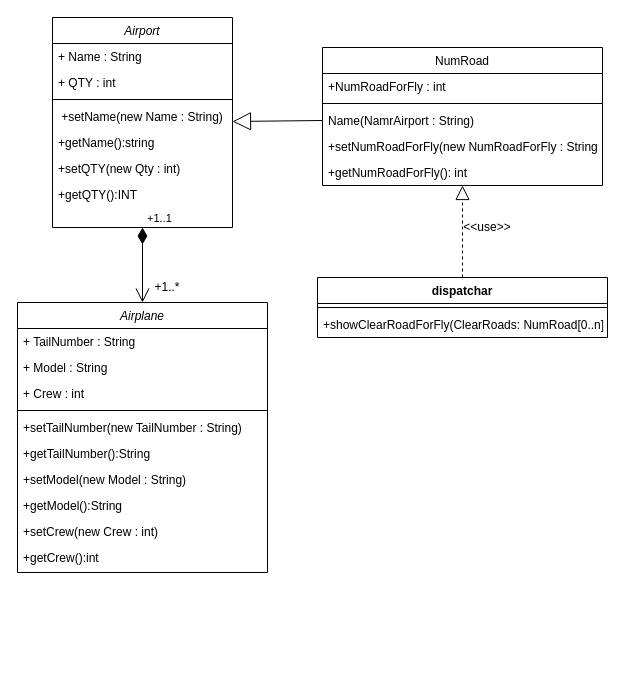
Above: Lesson_2/Task_3/airplane.drawio in VovaPast/JavaCourses (draw.io), before the change. Source tidied: cells renumbered, new cells numbered last; positions are measured from the earlier drawing's top-left corner, leaving out a move shared by most shapes. Both pictures are drawn from the tidied source at 100%, with x=0, y=0 at pixel (17, 17).
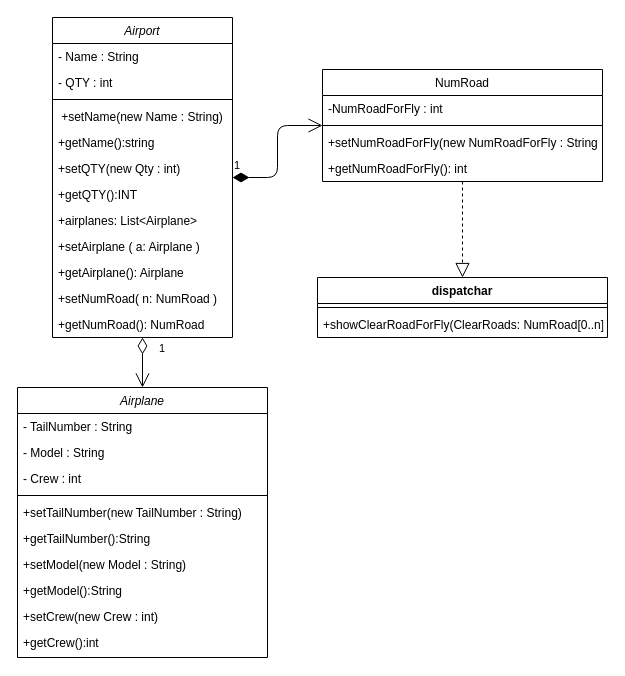
The same page after the edit.

The change refers to these unchanged cells:
```xml
<mxCell id="28" value="dispatchar" style="swimlane;fontStyle=1;align=center;verticalAlign=top;horizontal=1;startSize=26;" parent="1" vertex="1">
  <mxGeometry x="300" y="260" width="290" height="60" as="geometry" />
</mxCell>
```

Change to the diagram source:
```diff
@@
     <mxCell id="2" value="Airplane" style="swimlane;fontStyle=2;align=center;verticalAlign=top;horizontal=1;startSize=26;rounded=0;shadow=0;strokeWidth=1;fontSize=12;" parent="1" vertex="1">
-      <mxGeometry y="285" width="250" height="270" as="geometry" />
+      <mxGeometry y="370" width="250" height="270" as="geometry" />
     </mxCell>
-    <mxCell id="3" value="+ TailNumber : String" style="text;align=left;verticalAlign=top;spacingLeft=4;spacingRight=4;overflow=hidden;fontSize=12;" parent="2" vertex="1">
+    <mxCell id="3" value="- TailNumber : String" style="text;align=left;verticalAlign=top;spacingLeft=4;spacingRight=4;overflow=hidden;fontSize=12;" parent="2" vertex="1">
       <mxGeometry y="26" width="250" height="26" as="geometry" />
     </mxCell>
-    <mxCell id="4" value="+ Model : String" style="text;align=left;verticalAlign=top;spacingLeft=4;spacingRight=4;overflow=hidden;rounded=0;shadow=0;html=0;fontSize=12;" parent="2" vertex="1">
+    <mxCell id="4" value="- Model : String" style="text;align=left;verticalAlign=top;spacingLeft=4;spacingRight=4;overflow=hidden;rounded=0;shadow=0;html=0;fontSize=12;" parent="2" vertex="1">
       <mxGeometry y="52" width="250" height="26" as="geometry" />
     </mxCell>
-    <mxCell id="5" value="+ Crew : int" style="text;align=left;verticalAlign=top;spacingLeft=4;spacingRight=4;overflow=hidden;rounded=0;shadow=0;html=0;fontSize=12;" parent="2" vertex="1">
+    <mxCell id="5" value="- Crew : int" style="text;align=left;verticalAlign=top;spacingLeft=4;spacingRight=4;overflow=hidden;rounded=0;shadow=0;html=0;fontSize=12;" parent="2" vertex="1">
       <mxGeometry y="78" width="250" height="26" as="geometry" />
     </mxCell>
@@
     <mxCell id="13" value="Airport" style="swimlane;fontStyle=2;align=center;verticalAlign=top;horizontal=1;startSize=26;rounded=0;shadow=0;strokeWidth=1;fontSize=12;" parent="1" vertex="1">
-      <mxGeometry x="35" width="180" height="210" as="geometry" />
+      <mxGeometry x="35" width="180" height="320" as="geometry" />
     </mxCell>
-    <mxCell id="14" value="+ Name : String" style="text;align=left;verticalAlign=top;spacingLeft=4;spacingRight=4;overflow=hidden;fontSize=12;" parent="13" vertex="1">
+    <mxCell id="14" value="- Name : String" style="text;align=left;verticalAlign=top;spacingLeft=4;spacingRight=4;overflow=hidden;fontSize=12;" parent="13" vertex="1">
       <mxGeometry y="26" width="180" height="26" as="geometry" />
     </mxCell>
-    <mxCell id="15" value="+ QTY : int" style="text;align=left;verticalAlign=top;spacingLeft=4;spacingRight=4;overflow=hidden;rounded=0;shadow=0;html=0;fontSize=12;" parent="13" vertex="1">
+    <mxCell id="15" value="- QTY : int" style="text;align=left;verticalAlign=top;spacingLeft=4;spacingRight=4;overflow=hidden;rounded=0;shadow=0;html=0;fontSize=12;" parent="13" vertex="1">
       <mxGeometry y="52" width="180" height="26" as="geometry" />
     </mxCell>
@@
+    <mxCell id="35" value="+airplanes: List&lt;Airplane&gt;" style="text;align=left;verticalAlign=top;spacingLeft=4;spacingRight=4;overflow=hidden;fontSize=12;" parent="13" vertex="1">
+      <mxGeometry y="190" width="180" height="26" as="geometry" />
+    </mxCell>
+    <mxCell id="36" value="+setAirplane ( a: Airplane )" style="text;align=left;verticalAlign=top;spacingLeft=4;spacingRight=4;overflow=hidden;fontSize=12;" parent="13" vertex="1">
+      <mxGeometry y="216" width="180" height="26" as="geometry" />
+    </mxCell>
+    <mxCell id="37" value="+getAirplane(): Airplane " style="text;align=left;verticalAlign=top;spacingLeft=4;spacingRight=4;overflow=hidden;fontSize=12;" parent="13" vertex="1">
+      <mxGeometry y="242" width="180" height="26" as="geometry" />
+    </mxCell>
+    <mxCell id="38" value="+setNumRoad( n: NumRoad )" style="text;align=left;verticalAlign=top;spacingLeft=4;spacingRight=4;overflow=hidden;fontSize=12;" parent="13" vertex="1">
+      <mxGeometry y="268" width="180" height="26" as="geometry" />
+    </mxCell>
+    <mxCell id="39" value="+getNumRoad(): NumRoad" style="text;align=left;verticalAlign=top;spacingLeft=4;spacingRight=4;overflow=hidden;fontSize=12;" parent="13" vertex="1">
+      <mxGeometry y="294" width="180" height="26" as="geometry" />
+    </mxCell>
     <mxCell id="21" value="NumRoad" style="swimlane;fontStyle=0;align=center;verticalAlign=top;horizontal=1;startSize=26;rounded=0;shadow=0;strokeWidth=1;fontSize=12;" parent="1" vertex="1">
-      <mxGeometry x="305" y="30" width="280" height="138" as="geometry" />
+      <mxGeometry x="305" y="52" width="280" height="112" as="geometry" />
     </mxCell>
-    <mxCell id="22" value="+NumRoadForFly : int" style="text;align=left;verticalAlign=top;spacingLeft=4;spacingRight=4;overflow=hidden;fontSize=12;" parent="21" vertex="1">
+    <mxCell id="22" value="-NumRoadForFly : int" style="text;align=left;verticalAlign=top;spacingLeft=4;spacingRight=4;overflow=hidden;fontSize=12;" parent="21" vertex="1">
       <mxGeometry y="26" width="280" height="26" as="geometry" />
     </mxCell>
@@
-    <mxCell id="24" value="Name(NamrAirport : String)" style="text;align=left;verticalAlign=top;spacingLeft=4;spacingRight=4;overflow=hidden;points=[[0,0.5],[1,0.5]];portConstraint=eastwest;fontStyle=0;fontSize=12;" parent="21" vertex="1">
-      <mxGeometry y="60" width="280" height="26" as="geometry" />
-    </mxCell>
     <mxCell id="25" value="+setNumRoadForFly(new NumRoadForFly : String" style="text;align=left;verticalAlign=top;spacingLeft=4;spacingRight=4;overflow=hidden;fontSize=12;" parent="21" vertex="1">
-      <mxGeometry y="86" width="280" height="26" as="geometry" />
+      <mxGeometry y="60" width="280" height="26" as="geometry" />
     </mxCell>
     <mxCell id="26" value="+getNumRoadForFly(): int" style="text;align=left;verticalAlign=top;spacingLeft=4;spacingRight=4;overflow=hidden;fontSize=12;" parent="21" vertex="1">
-      <mxGeometry y="112" width="280" height="26" as="geometry" />
+      <mxGeometry y="86" width="280" height="26" as="geometry" />
     </mxCell>
-    <mxCell id="27" style="endArrow=block;endSize=16;endFill=0;html=1;exitX=0;exitY=0.5;exitDx=0;exitDy=0;fontSize=12;" parent="1" edge="1" source="24" target="13">
-      <mxGeometry relative="1" as="geometry" />
-    </mxCell>
@@
-    <mxCell id="31" style="endArrow=block;dashed=1;endFill=0;endSize=12;html=1;" parent="1" edge="1" source="28" target="21">
+    <mxCell id="31" style="endArrow=block;dashed=1;endFill=0;endSize=12;html=1;entryX=0.5;entryY=0;entryDx=0;entryDy=0;" parent="1" edge="1" source="21" target="28">
       <mxGeometry relative="1" as="geometry" />
     </mxCell>
-    <mxCell id="32" value="+1..1" style="endArrow=open;html=1;endSize=12;startArrow=diamondThin;startSize=14;startFill=1;edgeStyle=orthogonalEdgeStyle;align=left;verticalAlign=bottom;" parent="1" edge="1" source="13" target="2">
+    <mxCell id="32" value="1" style="endArrow=open;html=1;endSize=12;startArrow=diamondThin;startSize=14;startFill=1;edgeStyle=orthogonalEdgeStyle;align=left;verticalAlign=bottom;" parent="1" edge="1" source="13" target="21">
       <mxGeometry x="-1" y="3" relative="1" as="geometry" />
     </mxCell>
-    <mxCell id="33" value="+1..*" style="text;html=1;strokeColor=none;fillColor=none;align=center;verticalAlign=middle;whiteSpace=wrap;rounded=0;" parent="1" vertex="1">
-      <mxGeometry x="130" y="260" width="40" height="20" as="geometry" />
-    </mxCell>
-    <mxCell id="34" value="&amp;lt;&amp;lt;use&amp;gt;&amp;gt;" style="text;html=1;strokeColor=none;fillColor=none;align=center;verticalAlign=middle;whiteSpace=wrap;rounded=0;" parent="1" vertex="1">
-      <mxGeometry x="450" y="200" width="40" height="20" as="geometry" />
-    </mxCell>
+    <mxCell id="40" value="1" style="endArrow=open;html=1;endSize=12;startArrow=diamondThin;startSize=14;startFill=0;edgeStyle=orthogonalEdgeStyle;align=left;verticalAlign=bottom;entryX=0.5;entryY=0;entryDx=0;entryDy=0;" parent="1" edge="1" source="13" target="2">
+      <mxGeometry x="-0.2" y="15" relative="1" as="geometry" />
+    </mxCell>
```
